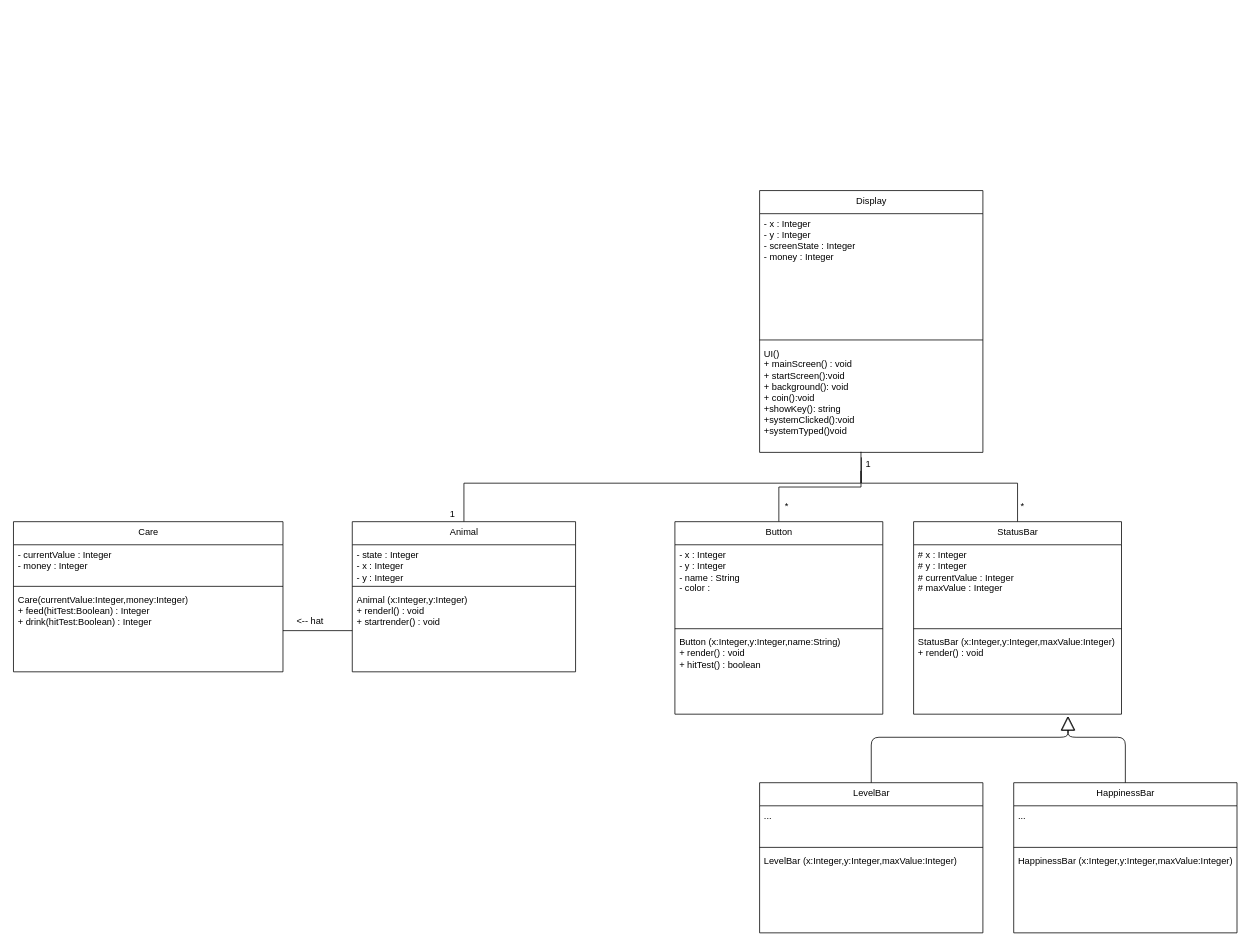
imd2020/tamagotchi-stjesnay keeps this draw.io diagram as uml.drawio. Above is the earlier version. Source tidied: cells renumbered, new cells numbered last; positions are measured from the earlier drawing's top-left corner, leaving out a move shared by most shapes. Both pictures are drawn from the tidied source at 77%, with x=0, y=0 at pixel (13, 190).
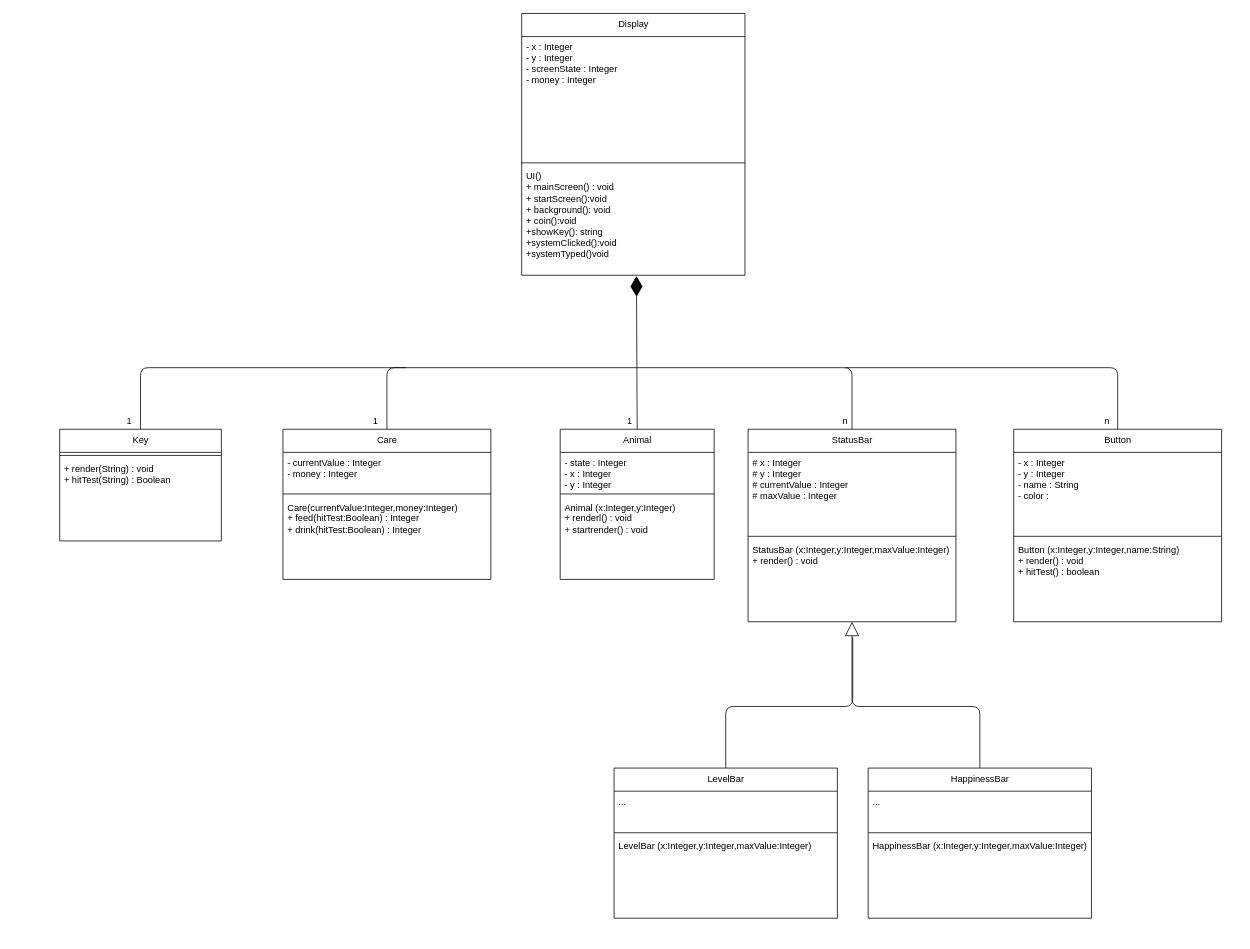
Above is the later version.

The change refers to these unchanged cells:
```xml
<mxCell id="11" value="StatusBar (x:Integer,y:Integer,maxValue:Integer)&lt;br&gt;+ render() : void&lt;br&gt;" style="text;html=1;strokeColor=none;fillColor=none;align=left;verticalAlign=top;spacingLeft=4;spacingRight=4;overflow=hidden;points=[[0,0.5],[1,0.5]];portConstraint=eastwest;" parent="8" vertex="1">
  <mxGeometry y="143" width="270" height="107" as="geometry" />
</mxCell>
<mxCell id="34" value="UI()&lt;br&gt;+ mainScreen() : void&lt;br&gt;+ startScreen():void&lt;br&gt;+ background(): void&lt;br&gt;+ coin():void&lt;br&gt;+showKey(): string&lt;br&gt;+systemClicked():void&lt;br&gt;+systemTyped()void" style="text;html=1;strokeColor=none;fillColor=none;align=left;verticalAlign=top;spacingLeft=4;spacingRight=4;overflow=hidden;points=[[0,0.5],[1,0.5]];portConstraint=eastwest;" parent="31" vertex="1">
  <mxGeometry y="198" width="290" height="142" as="geometry" />
</mxCell>
```

The edit, as a diff of the source:
```diff
@@
-    <mxCell id="2" style="edgeStyle=orthogonalEdgeStyle;rounded=0;jettySize=auto;html=1;exitX=0.5;exitY=0;exitDx=0;exitDy=0;entryX=0.454;entryY=0.994;entryDx=0;entryDy=0;entryPerimeter=0;endArrow=none;endFill=0;" parent="1" edge="1" source="3" target="34">
-      <mxGeometry relative="1" as="geometry" />
-    </mxCell>
     <mxCell id="3" value="Button" style="swimlane;fontStyle=0;align=center;verticalAlign=top;horizontal=1;startSize=30;html=1;" parent="1" vertex="1">
-      <mxGeometry x="859" y="430" width="270" height="250" as="geometry" />
+      <mxGeometry x="1299" y="310" width="270" height="250" as="geometry" />
     </mxCell>
@@
-    <mxCell id="7" style="edgeStyle=orthogonalEdgeStyle;rounded=0;jettySize=auto;html=1;endArrow=none;endFill=0;entryX=0.058;entryY=0.075;entryDx=0;entryDy=0;entryPerimeter=0;" parent="1" edge="1" source="8" target="35">
-      <mxGeometry relative="1" as="geometry">
-        <Array as="points">
-          <mxPoint x="1304" y="380" />
-          <mxPoint x="1101" y="380" />
-        </Array>
-      </mxGeometry>
-    </mxCell>
     <mxCell id="8" value="StatusBar" style="swimlane;fontStyle=0;align=center;verticalAlign=top;horizontal=1;startSize=30;html=1;" parent="1" vertex="1">
-      <mxGeometry x="1169" y="430" width="270" height="250" as="geometry" />
+      <mxGeometry x="954" y="310" width="270" height="250" as="geometry" />
     </mxCell>
@@
     <mxCell id="12" value="HappinessBar" style="swimlane;fontStyle=0;align=center;verticalAlign=top;horizontal=1;startSize=30;html=1;" parent="1" vertex="1">
-      <mxGeometry x="1299" y="769" width="290" height="195" as="geometry" />
+      <mxGeometry x="1110" y="750" width="290" height="195" as="geometry" />
     </mxCell>
@@
     <mxCell id="16" value="LevelBar" style="swimlane;fontStyle=0;align=center;verticalAlign=top;horizontal=1;startSize=30;html=1;" parent="1" vertex="1">
-      <mxGeometry x="969" y="769" width="290" height="195" as="geometry" />
+      <mxGeometry x="780" y="750" width="290" height="195" as="geometry" />
     </mxCell>
@@
-    <mxCell id="20" style="endArrow=block;endSize=16;endFill=0;html=1;entryX=0.744;entryY=1.025;entryDx=0;entryDy=0;entryPerimeter=0;exitX=0.5;exitY=0;exitDx=0;exitDy=0;" parent="1" edge="1" source="12" target="11">
+    <mxCell id="20" style="endArrow=block;endSize=16;endFill=0;html=1;entryX=0.5;entryY=1;entryDx=0;entryDy=0;exitX=0.5;exitY=0;exitDx=0;exitDy=0;" parent="1" edge="1" source="12" target="8">
       <mxGeometry relative="1" as="geometry">
         <Array as="points">
-          <mxPoint x="1444" y="710" />
-          <mxPoint x="1370" y="710" />
+          <mxPoint x="1255" y="670" />
+          <mxPoint x="1089" y="670" />
         </Array>
       </mxGeometry>
     </mxCell>
-    <mxCell id="21" style="endArrow=block;endSize=16;endFill=0;html=1;entryX=0.744;entryY=1.025;entryDx=0;entryDy=0;entryPerimeter=0;exitX=0.5;exitY=0;exitDx=0;exitDy=0;" parent="1" edge="1" source="16">
-      <mxGeometry relative="1" as="geometry">
-        <mxPoint x="1369" y="682.7" as="targetPoint" />
-        <Array as="points">
-          <mxPoint x="1114" y="710" />
-          <mxPoint x="1369.1" y="710" />
-        </Array>
-      </mxGeometry>
-    </mxCell>
-    <mxCell id="22" style="edgeStyle=orthogonalEdgeStyle;rounded=0;jettySize=auto;html=1;endArrow=none;endFill=0;entryX=0.019;entryY=0.95;entryDx=0;entryDy=0;entryPerimeter=0;" parent="1" edge="1" source="23" target="35">
-      <mxGeometry relative="1" as="geometry">
-        <Array as="points">
-          <mxPoint x="585" y="380" />
-          <mxPoint x="1100" y="380" />
-        </Array>
-      </mxGeometry>
-    </mxCell>
     <mxCell id="23" value="Animal" style="swimlane;fontStyle=0;align=center;verticalAlign=top;horizontal=1;startSize=30;html=1;" parent="1" vertex="1">
-      <mxGeometry x="440" y="430" width="290" height="195" as="geometry" />
+      <mxGeometry x="710" y="310" width="200" height="195" as="geometry" />
     </mxCell>
     <mxCell id="24" value="- state : Integer&lt;br&gt;- x : Integer&lt;br&gt;- y : Integer" style="text;html=1;strokeColor=none;fillColor=none;align=left;verticalAlign=top;spacingLeft=4;spacingRight=4;overflow=hidden;" parent="23" vertex="1">
-      <mxGeometry y="30" width="290" height="50" as="geometry" />
+      <mxGeometry y="30" width="200" height="50" as="geometry" />
     </mxCell>
     <mxCell id="25" style="line;strokeWidth=1;fillColor=none;align=left;verticalAlign=middle;spacingTop=-1;spacingLeft=3;spacingRight=3;labelPosition=right;" parent="23" vertex="1">
-      <mxGeometry y="80" width="290" height="8" as="geometry" />
+      <mxGeometry y="80" width="200" height="8" as="geometry" />
     </mxCell>
     <mxCell id="26" value="Animal (x:Integer,y:Integer)&lt;br&gt;+ renderl() : void&lt;br&gt;+ startrender() : void&lt;br&gt;&lt;br&gt;&lt;br&gt;&lt;br&gt;&amp;nbsp;" style="text;html=1;strokeColor=none;fillColor=none;align=left;verticalAlign=top;spacingLeft=4;spacingRight=4;overflow=hidden;points=[[0,0.5],[1,0.5]];portConstraint=eastwest;" parent="23" vertex="1">
-      <mxGeometry y="88" width="290" height="107" as="geometry" />
+      <mxGeometry y="88" width="200" height="107" as="geometry" />
     </mxCell>
     <mxCell id="27" value="Care" style="swimlane;fontStyle=0;align=center;verticalAlign=top;horizontal=1;startSize=30;html=1;" parent="1" vertex="1">
-      <mxGeometry y="430" width="350" height="195" as="geometry" />
+      <mxGeometry x="350" y="310" width="270" height="195" as="geometry" />
     </mxCell>
     <mxCell id="28" value="- currentValue : Integer&lt;br&gt;- money : Integer" style="text;html=1;strokeColor=none;fillColor=none;align=left;verticalAlign=top;spacingLeft=4;spacingRight=4;overflow=hidden;" parent="27" vertex="1">
-      <mxGeometry y="30" width="350" height="50" as="geometry" />
+      <mxGeometry y="30" width="270" height="50" as="geometry" />
     </mxCell>
     <mxCell id="29" style="line;strokeWidth=1;fillColor=none;align=left;verticalAlign=middle;spacingTop=-1;spacingLeft=3;spacingRight=3;labelPosition=right;" parent="27" vertex="1">
-      <mxGeometry y="80" width="350" height="8" as="geometry" />
+      <mxGeometry y="80" width="270" height="8" as="geometry" />
     </mxCell>
     <mxCell id="30" value="Care(currentValue:Integer,money:Integer)&lt;br&gt;+ feed(hitTest:Boolean) : Integer&lt;br&gt;+ drink(hitTest:Boolean) : Integer" style="text;html=1;strokeColor=none;fillColor=none;align=left;verticalAlign=top;spacingLeft=4;spacingRight=4;overflow=hidden;points=[[0,0.5],[1,0.5]];portConstraint=eastwest;" parent="27" vertex="1">
-      <mxGeometry y="88" width="350" height="107" as="geometry" />
+      <mxGeometry y="88" width="270" height="107" as="geometry" />
     </mxCell>
     <mxCell id="31" value="Display" style="swimlane;fontStyle=0;align=center;verticalAlign=top;horizontal=1;startSize=30;html=1;" parent="1" vertex="1">
-      <mxGeometry x="969" width="290" height="340" as="geometry" />
+      <mxGeometry x="660" y="-230" width="290" height="340" as="geometry" />
     </mxCell>
@@
-    <mxCell id="35" value="1" style="text;html=1;align=center;verticalAlign=middle;points=[];" parent="1" vertex="1">
-      <mxGeometry x="1100" y="345" width="20" height="20" as="geometry" />
-    </mxCell>
-    <mxCell id="36" value="*" style="text;html=1;align=center;verticalAlign=middle;" parent="1" vertex="1">
-      <mxGeometry x="994" y="400" width="20" height="20" as="geometry" />
-    </mxCell>
-    <mxCell id="37" value="*" style="text;html=1;align=center;verticalAlign=middle;" parent="1" vertex="1">
-      <mxGeometry x="1300" y="400" width="20" height="20" as="geometry" />
-    </mxCell>
-    <mxCell id="38" style="edgeStyle=orthogonalEdgeStyle;rounded=0;jettySize=auto;html=1;entryX=0;entryY=0.5;entryDx=0;entryDy=0;endArrow=none;endFill=0;" parent="1" edge="1" source="30" target="26">
-      <mxGeometry relative="1" as="geometry" />
-    </mxCell>
-    <mxCell id="39" value="&amp;lt;-- hat" style="text;html=1;align=center;verticalAlign=middle;" parent="1" vertex="1">
-      <mxGeometry x="360" y="550" width="50" height="20" as="geometry" />
-    </mxCell>
-    <mxCell id="40" value="1" style="text;html=1;align=center;verticalAlign=middle;" parent="1" vertex="1">
-      <mxGeometry x="560" y="410" width="20" height="20" as="geometry" />
-    </mxCell>
+    <mxCell id="41" value="Key" style="swimlane;fontStyle=0;align=center;verticalAlign=top;horizontal=1;startSize=30;html=1;" parent="1" vertex="1">
+      <mxGeometry x="60" y="310" width="210" height="145" as="geometry" />
+    </mxCell>
+    <mxCell id="42" style="line;strokeWidth=1;fillColor=none;align=left;verticalAlign=middle;spacingTop=-1;spacingLeft=3;spacingRight=3;labelPosition=right;" parent="41" vertex="1">
+      <mxGeometry y="30" width="210" height="8" as="geometry" />
+    </mxCell>
+    <mxCell id="43" value="+ render(String) : void&lt;br&gt;+ hitTest(String) : Boolean&amp;nbsp;" style="text;html=1;strokeColor=none;fillColor=none;align=left;verticalAlign=top;spacingLeft=4;spacingRight=4;overflow=hidden;" parent="41" vertex="1">
+      <mxGeometry y="38" width="210" height="107" as="geometry" />
+    </mxCell>
+    <mxCell id="44" style="endArrow=none;html=1;exitX=0.5;exitY=0;exitDx=0;exitDy=0;" parent="1" edge="1" source="16">
+      <mxGeometry relative="1" as="geometry">
+        <mxPoint x="1090" y="580" as="targetPoint" />
+        <Array as="points">
+          <mxPoint x="925" y="670" />
+          <mxPoint x="1090" y="670" />
+        </Array>
+      </mxGeometry>
+    </mxCell>
+    <mxCell id="45" style="endArrow=diamondThin;endFill=1;endSize=24;html=1;exitX=0.5;exitY=0;exitDx=0;exitDy=0;entryX=0.514;entryY=1.007;entryDx=0;entryDy=0;entryPerimeter=0;" parent="1" edge="1" source="23" target="34">
+      <mxGeometry relative="1" as="geometry" />
+    </mxCell>
+    <mxCell id="46" style="endArrow=none;html=1;exitX=0.5;exitY=0;exitDx=0;exitDy=0;" parent="1" edge="1" source="27">
+      <mxGeometry relative="1" as="geometry">
+        <mxPoint x="810" y="230" as="targetPoint" />
+        <Array as="points">
+          <mxPoint x="485" y="230" />
+        </Array>
+      </mxGeometry>
+    </mxCell>
+    <mxCell id="47" style="endArrow=none;html=1;exitX=0.5;exitY=0;exitDx=0;exitDy=0;" parent="1" edge="1" source="41">
+      <mxGeometry relative="1" as="geometry">
+        <mxPoint x="510" y="230" as="targetPoint" />
+        <Array as="points">
+          <mxPoint x="165" y="230" />
+        </Array>
+      </mxGeometry>
+    </mxCell>
+    <mxCell id="48" style="endArrow=none;html=1;exitX=0.5;exitY=0;exitDx=0;exitDy=0;" parent="1" edge="1" source="8">
+      <mxGeometry relative="1" as="geometry">
+        <mxPoint x="810" y="230" as="targetPoint" />
+        <Array as="points">
+          <mxPoint x="1089" y="230" />
+        </Array>
+      </mxGeometry>
+    </mxCell>
+    <mxCell id="49" style="endArrow=none;html=1;exitX=0.5;exitY=0;exitDx=0;exitDy=0;" parent="1" edge="1" source="3">
+      <mxGeometry relative="1" as="geometry">
+        <mxPoint x="1080" y="230" as="targetPoint" />
+        <Array as="points">
+          <mxPoint x="1434" y="230" />
+        </Array>
+      </mxGeometry>
+    </mxCell>
+    <mxCell id="50" value="1" style="text;html=1;align=center;verticalAlign=middle;strokeColor=none;" parent="1" vertex="1">
+      <mxGeometry x="140" y="290" width="20" height="20" as="geometry" />
+    </mxCell>
+    <mxCell id="51" value="1" style="text;html=1;align=center;verticalAlign=middle;strokeColor=none;" parent="1" vertex="1">
+      <mxGeometry x="460" y="290" width="20" height="20" as="geometry" />
+    </mxCell>
+    <mxCell id="52" value="1" style="text;html=1;align=center;verticalAlign=middle;strokeColor=none;" parent="1" vertex="1">
+      <mxGeometry x="790" y="290" width="20" height="20" as="geometry" />
+    </mxCell>
+    <mxCell id="53" value="n" style="text;html=1;align=center;verticalAlign=middle;strokeColor=none;" parent="1" vertex="1">
+      <mxGeometry x="1070" y="290" width="20" height="20" as="geometry" />
+    </mxCell>
+    <mxCell id="54" value="n" style="text;html=1;align=center;verticalAlign=middle;strokeColor=none;" parent="1" vertex="1">
+      <mxGeometry x="1410" y="290" width="20" height="20" as="geometry" />
+    </mxCell>
```
